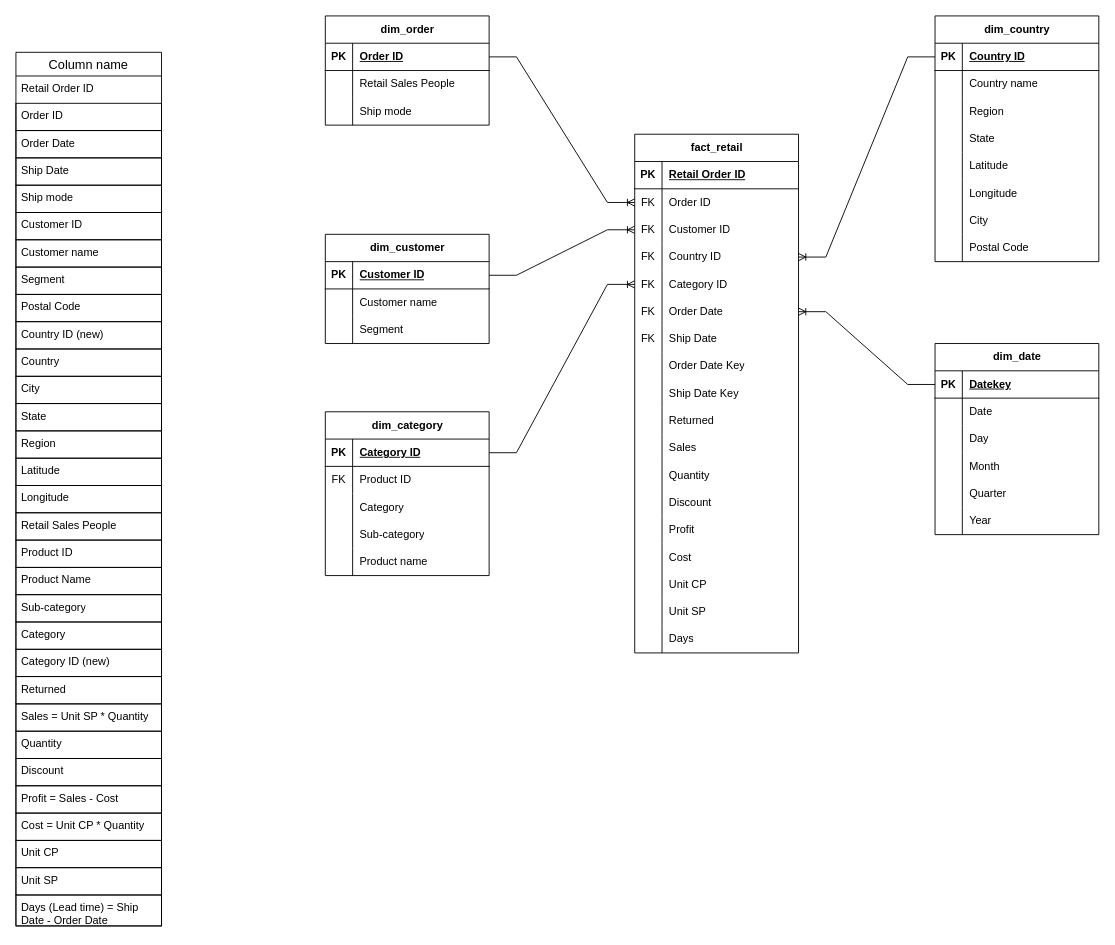
The draw.io diagram Supply Chain & Sales performance/Data schema.drawio in leduckie/supplychainproject, before the edit. Source tidied: cells renumbered, new cells numbered last; positions are measured from the earlier drawing's top-left corner, leaving out a move shared by most shapes. Both pictures are drawn from the tidied source at 91%, with x=0, y=0 at pixel (15, 15).
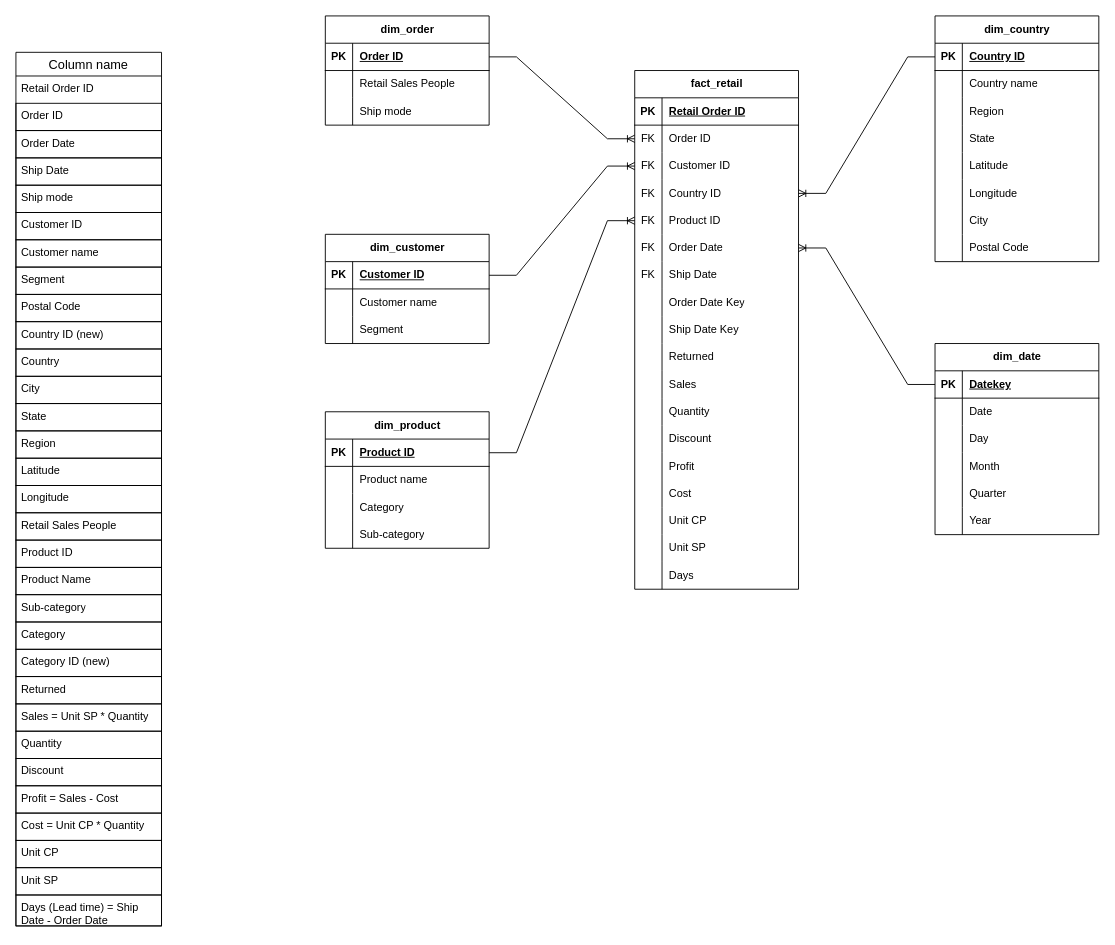
The same page after the edit.

Commit message:
Cập nhật Data schema.drawio

Unchanged cells that the change refers to:
```xml
<mxCell id="47" style="shape=tableRow;horizontal=0;startSize=0;swimlaneHead=0;swimlaneBody=0;fillColor=none;points=[[0,0.5],[1,0.5]];portConstraint=eastwest;top=0;left=0;right=0;bottom=0;" parent="34" vertex="1">
  <mxGeometry y="150" width="180" height="30" as="geometry" />
</mxCell>
<mxCell id="135" style="shape=tableRow;horizontal=0;startSize=0;swimlaneHead=0;swimlaneBody=0;fillColor=none;points=[[0,0.5],[1,0.5]];portConstraint=eastwest;top=0;left=0;right=0;bottom=1;" parent="134" vertex="1">
  <mxGeometry y="30" width="180" height="30" as="geometry" />
</mxCell>
<mxCell id="138" style="shape=tableRow;horizontal=0;startSize=0;swimlaneHead=0;swimlaneBody=0;fillColor=none;top=0;left=0;right=0;bottom=0;" parent="134" vertex="1">
  <mxGeometry y="60" width="180" height="30" as="geometry" />
</mxCell>
```

Change to the diagram source:
```diff
@@
     <mxCell id="34" value="fact_retail" style="shape=table;startSize=30;childLayout=tableLayout;rowLines=0;fontStyle=1;align=center;html=1;" parent="1" vertex="1">
-      <mxGeometry x="680" y="130" width="180" height="570" as="geometry" />
+      <mxGeometry x="680" y="60" width="180" height="570" as="geometry" />
     </mxCell>
@@
-    <mxCell id="49" value="Category ID" style="shape=partialRectangle;fillColor=none;top=0;left=0;bottom=0;right=0;align=left;spacingLeft=6;overflow=hidden;whiteSpace=wrap;html=1;" parent="47" vertex="1">
+    <mxCell id="49" value="Product ID" style="shape=partialRectangle;fillColor=none;top=0;left=0;bottom=0;right=0;align=left;spacingLeft=6;overflow=hidden;whiteSpace=wrap;html=1;" parent="47" vertex="1">
       <mxGeometry x="30" width="150" height="30" as="geometry" />
     </mxCell>
@@
-    <mxCell id="134" value="dim_category" style="shape=table;startSize=30;childLayout=tableLayout;rowLines=0;fontStyle=1;align=center;html=1;" parent="1" vertex="1">
-      <mxGeometry x="340" y="435" width="180" height="180" as="geometry" />
+    <mxCell id="134" value="dim_product" style="shape=table;startSize=30;childLayout=tableLayout;rowLines=0;fontStyle=1;align=center;html=1;" parent="1" vertex="1">
+      <mxGeometry x="340" y="435" width="180" height="150" as="geometry" />
     </mxCell>
@@
-    <mxCell id="137" value="Category ID" style="shape=partialRectangle;fillColor=none;top=0;left=0;bottom=0;right=0;align=left;spacingLeft=6;fontStyle=5;overflow=hidden;whiteSpace=wrap;html=1;" parent="135" vertex="1">
+    <mxCell id="137" value="Product ID" style="shape=partialRectangle;fillColor=none;top=0;left=0;bottom=0;right=0;align=left;spacingLeft=6;fontStyle=5;overflow=hidden;whiteSpace=wrap;html=1;" parent="135" vertex="1">
       <mxGeometry x="30" width="150" height="30" as="geometry" />
     </mxCell>
@@
-    <mxCell id="139" value="FK" style="shape=partialRectangle;fillColor=none;top=0;left=0;bottom=0;right=0;overflow=hidden;whiteSpace=wrap;html=1;" parent="138" vertex="1">
-      <mxGeometry width="30" height="30" as="geometry" />
-    </mxCell>
-    <mxCell id="140" value="Product ID" style="shape=partialRectangle;fillColor=none;top=0;left=0;bottom=0;right=0;align=left;spacingLeft=6;overflow=hidden;whiteSpace=wrap;html=1;" parent="138" vertex="1">
-      <mxGeometry x="30" width="150" height="30" as="geometry" />
-    </mxCell>
+    <mxCell id="148" style="shape=partialRectangle;fillColor=none;top=0;left=0;bottom=0;right=0;overflow=hidden;whiteSpace=wrap;html=1;" parent="138" vertex="1">
+      <mxGeometry width="30" height="30" as="geometry" />
+    </mxCell>
+    <mxCell id="149" value="Product name" style="shape=partialRectangle;fillColor=none;top=0;left=0;bottom=0;right=0;align=left;spacingLeft=6;overflow=hidden;whiteSpace=wrap;html=1;" parent="138" vertex="1">
+      <mxGeometry x="30" width="150" height="30" as="geometry" />
+    </mxCell>
@@
-    <mxCell id="147" style="shape=tableRow;horizontal=0;startSize=0;swimlaneHead=0;swimlaneBody=0;fillColor=none;top=0;left=0;right=0;bottom=0;" parent="134" vertex="1">
-      <mxGeometry y="150" width="180" height="30" as="geometry" />
-    </mxCell>
-    <mxCell id="148" style="shape=partialRectangle;fillColor=none;top=0;left=0;bottom=0;right=0;overflow=hidden;whiteSpace=wrap;html=1;" parent="147" vertex="1">
-      <mxGeometry width="30" height="30" as="geometry" />
-    </mxCell>
-    <mxCell id="149" value="Product name" style="shape=partialRectangle;fillColor=none;top=0;left=0;bottom=0;right=0;align=left;spacingLeft=6;overflow=hidden;whiteSpace=wrap;html=1;" parent="147" vertex="1">
-      <mxGeometry x="30" width="150" height="30" as="geometry" />
-    </mxCell>
```
